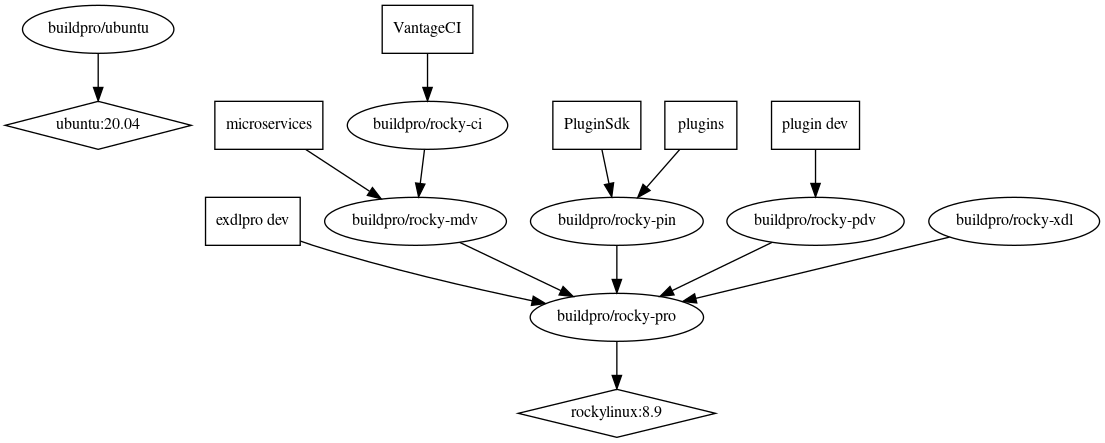
Earlier version of the Graphviz export graph/graph.png (externpro/externpro). Its source is kept beside it as graph/graph.dot.
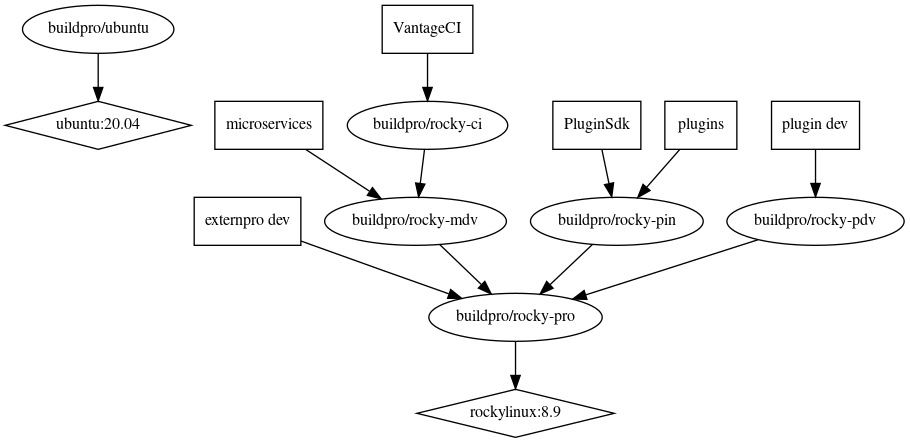
Later version of the same file.

Commit message:
graph: externpro dev (exdlpro, rocky-xdl obe)

dot -Tpng -o graph.png graph.dot
https://github.com/externpro/externpro/issues/262

What changed in the source:
```diff
@@ -2,7 +2,7 @@
   node [fontsize=12];
   "ubuntu:20.04" [shape=diamond];
   "rockylinux:8.9" [shape=diamond];
-  "exdlpro dev" [shape=box];
+  "externpro dev" [shape=box];
   "PluginSdk" [shape=box];
   "plugins" [shape=box];
   "plugin dev" [shape=box];
@@ -13,9 +13,8 @@
   "buildpro/rocky-pin" -> "buildpro/rocky-pro";
   "buildpro/rocky-pdv" -> "buildpro/rocky-pro";
   "buildpro/rocky-ci" -> "buildpro/rocky-mdv";
-  "buildpro/rocky-xdl" -> "buildpro/rocky-pro";
   "buildpro/ubuntu" -> "ubuntu:20.04";
-  "exdlpro dev" -> "buildpro/rocky-pro";
+  "externpro dev" -> "buildpro/rocky-pro";
   "PluginSdk" -> "buildpro/rocky-pin";
   "plugins" -> "buildpro/rocky-pin";
   "plugin dev" -> "buildpro/rocky-pdv";
```
